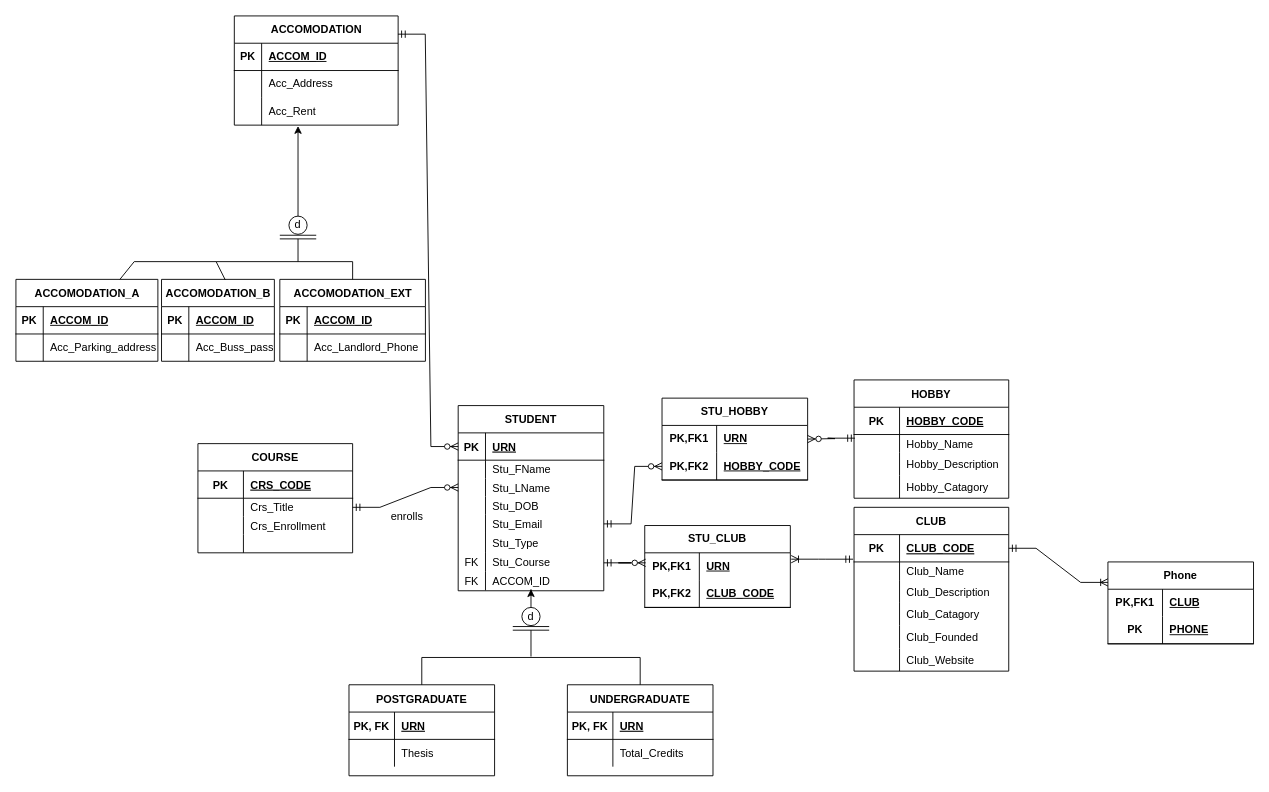
Before: coursework-EERD.drawio in Fin-JNINJA/webdatabasechristmas, a draw.io diagram. Source tidied: cells renumbered, new cells numbered last; positions are measured from the earlier drawing's top-left corner, leaving out a move shared by most shapes. Both pictures are drawn from the tidied source at 91%, with x=0, y=0 at pixel (15, 15).
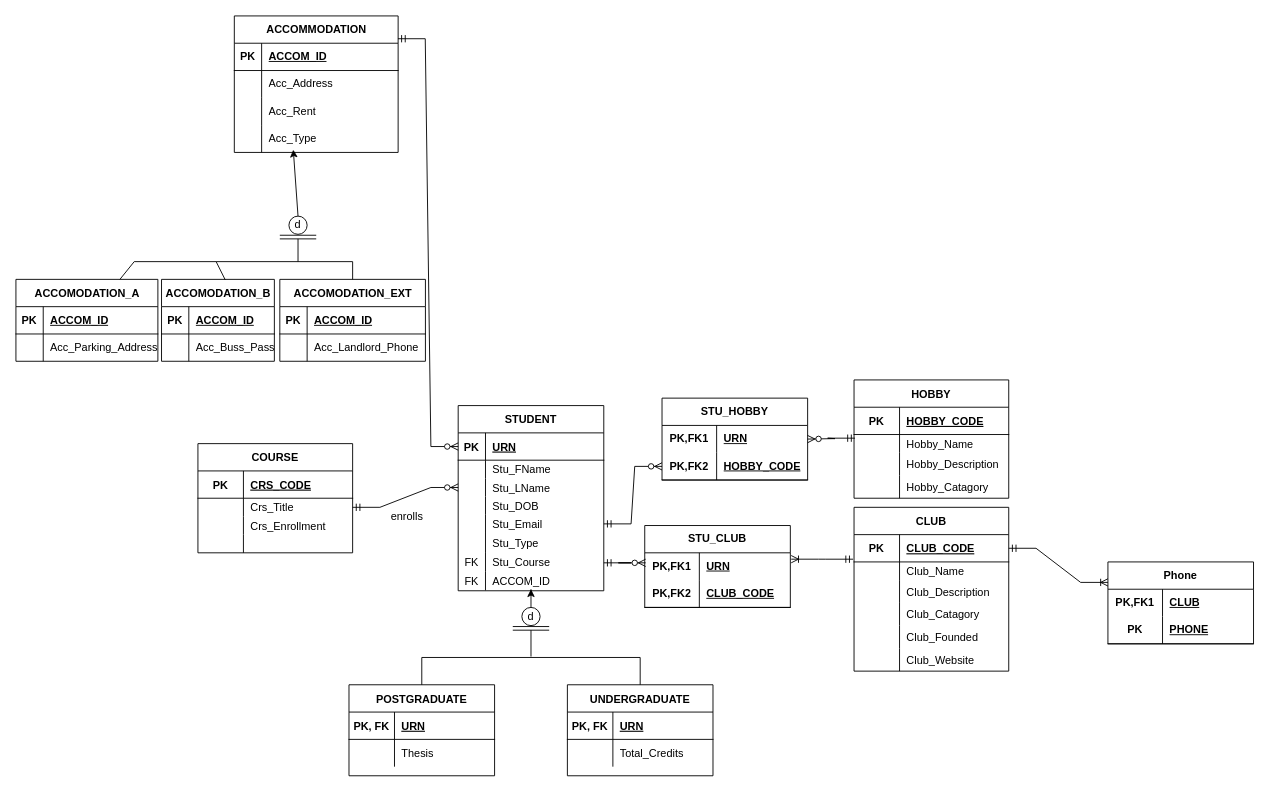
Above is the later version.

Unchanged cells that the change refers to:
```xml
<mxCell id="137" value="d" style="text;html=1;strokeColor=none;fillColor=none;align=center;verticalAlign=middle;whiteSpace=wrap;rounded=0;" parent="1" vertex="1">
  <mxGeometry x="290" y="220" width="40" height="20" as="geometry" />
</mxCell>
<mxCell id="145" style="shape=tableRow;horizontal=0;startSize=0;swimlaneHead=0;swimlaneBody=0;fillColor=none;top=0;left=0;right=0;bottom=0;" parent="141" vertex="1">
  <mxGeometry y="60" width="156" height="30" as="geometry" />
</mxCell>
<mxCell id="152" style="shape=tableRow;horizontal=0;startSize=0;swimlaneHead=0;swimlaneBody=0;fillColor=none;top=0;left=0;right=0;bottom=0;" parent="148" vertex="1">
  <mxGeometry y="60" width="124" height="30" as="geometry" />
</mxCell>
```

What changed in the source:
```diff
@@
-    <mxCell id="126" value="ACCOMODATION" style="shape=table;startSize=30;childLayout=tableLayout;rowLines=0;fontStyle=1;align=center;html=1;" parent="1" vertex="1">
-      <mxGeometry x="240" width="180" height="120" as="geometry" />
+    <mxCell id="126" value="ACCOMMODATION" style="shape=table;startSize=30;childLayout=tableLayout;rowLines=0;fontStyle=1;align=center;html=1;" parent="1" vertex="1">
+      <mxGeometry x="240" width="180" height="150" as="geometry" />
     </mxCell>
@@
+    <mxCell id="169" style="shape=tableRow;horizontal=0;startSize=0;swimlaneHead=0;swimlaneBody=0;fillColor=none;points=[[0,0.5],[1,0.5]];portConstraint=eastwest;top=0;left=0;right=0;bottom=0;" parent="126" vertex="1">
+      <mxGeometry y="120" width="180" height="30" as="geometry" />
+    </mxCell>
+    <mxCell id="170" style="shape=partialRectangle;fillColor=none;top=0;left=0;bottom=0;right=0;overflow=hidden;whiteSpace=wrap;html=1;" parent="169" vertex="1">
+      <mxGeometry width="30" height="30" as="geometry" />
+    </mxCell>
+    <mxCell id="171" value="Acc_Type" style="shape=partialRectangle;fillColor=none;top=0;left=0;bottom=0;right=0;align=left;spacingLeft=6;overflow=hidden;whiteSpace=wrap;html=1;" parent="169" vertex="1">
+      <mxGeometry x="30" width="150" height="30" as="geometry" />
+    </mxCell>
@@
-    <mxCell id="140" style="endArrow=classic;html=1;rounded=0;exitX=0.5;exitY=0;exitDx=0;exitDy=0;" parent="1" edge="1" source="137">
-      <mxGeometry relative="1" as="geometry">
-        <mxPoint x="310" y="121" as="targetPoint" />
-      </mxGeometry>
+    <mxCell id="140" style="endArrow=classic;html=1;rounded=0;exitX=0.5;exitY=0;exitDx=0;exitDy=0;entryX=0.36;entryY=0.898;entryDx=0;entryDy=0;entryPerimeter=0;" parent="1" edge="1" source="137" target="169">
+      <mxGeometry relative="1" as="geometry" />
     </mxCell>
@@
-    <mxCell id="147" value="Acc_Parking_address" style="shape=partialRectangle;fillColor=none;top=0;left=0;bottom=0;right=0;align=left;spacingLeft=6;overflow=hidden;whiteSpace=wrap;html=1;" parent="145" vertex="1">
+    <mxCell id="147" value="Acc_Parking_Address" style="shape=partialRectangle;fillColor=none;top=0;left=0;bottom=0;right=0;align=left;spacingLeft=6;overflow=hidden;whiteSpace=wrap;html=1;" parent="145" vertex="1">
       <mxGeometry x="30" width="126" height="30" as="geometry" />
     </mxCell>
@@
-    <mxCell id="154" value="Acc_Buss_pass" style="shape=partialRectangle;fillColor=none;top=0;left=0;bottom=0;right=0;align=left;spacingLeft=6;overflow=hidden;whiteSpace=wrap;html=1;" parent="152" vertex="1">
+    <mxCell id="154" value="Acc_Buss_Pass" style="shape=partialRectangle;fillColor=none;top=0;left=0;bottom=0;right=0;align=left;spacingLeft=6;overflow=hidden;whiteSpace=wrap;html=1;" parent="152" vertex="1">
       <mxGeometry x="30" width="94" height="30" as="geometry" />
     </mxCell>
```
